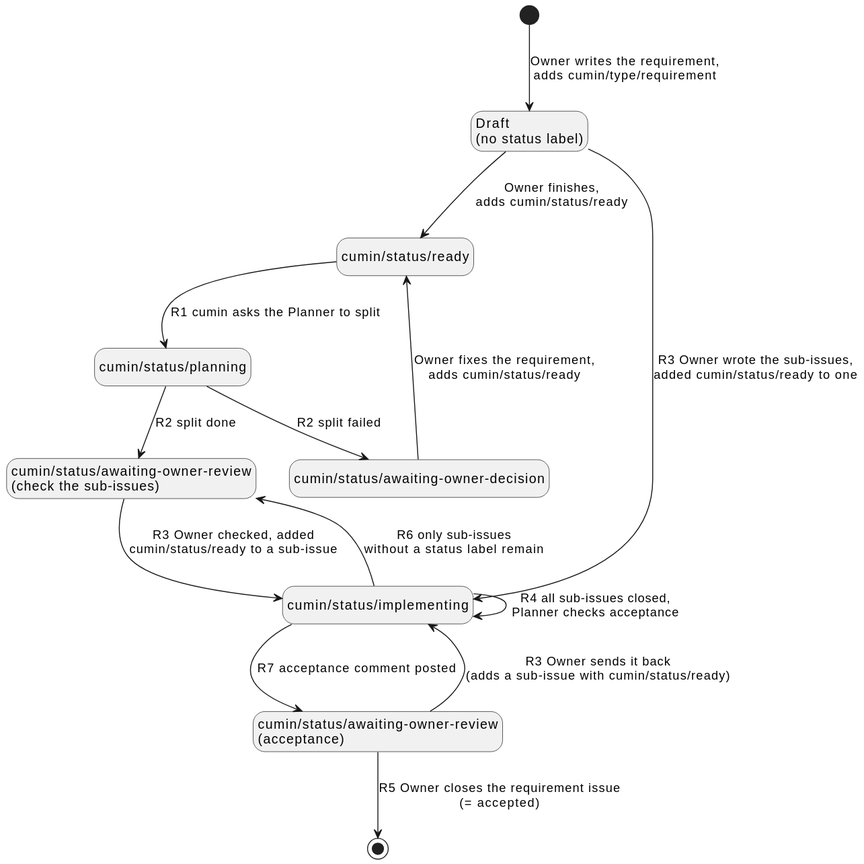
cloveclovedev/cumin-works keeps this PlantUML diagram as docs/ja/requirements/workflow/requirement-issue-states.svg. Above is the earlier version. The source it was exported from:
```plantuml
@startuml

hide empty description

state "Draft\n(no status label)" as Draft
state "cumin/status/ready" as Ready
state "cumin/status/planning" as Planning
state "cumin/status/awaiting-owner-review\n(check the sub-issues)" as PlanReview
state "cumin/status/implementing" as Implementing
state "cumin/status/awaiting-owner-review\n(acceptance)" as Acceptance
state "cumin/status/awaiting-owner-decision" as Decision

[*] --> Draft : Owner writes the requirement,\nadds cumin/type/requirement
Draft --> Ready : Owner finishes,\nadds cumin/status/ready
Draft --> Implementing : R3 Owner wrote the sub-issues,\nadded cumin/status/ready to one
Ready --> Planning : R1 cumin asks the Planner to split
Planning --> PlanReview : R2 split done
Planning --> Decision : R2 split failed
Decision --> Ready : Owner fixes the requirement,\nadds cumin/status/ready
PlanReview --> Implementing : R3 Owner checked, added\ncumin/status/ready to a sub-issue
Implementing --> Implementing : R4 all sub-issues closed,\nPlanner checks acceptance
Implementing --> Acceptance : R7 acceptance comment posted
Implementing --> PlanReview : R6 only sub-issues\nwithout a status label remain
Acceptance --> Implementing : R3 Owner sends it back\n(adds a sub-issue with cumin/status/ready)
Acceptance --> [*] : R5 Owner closes the requirement issue\n(= accepted)
@enduml
```
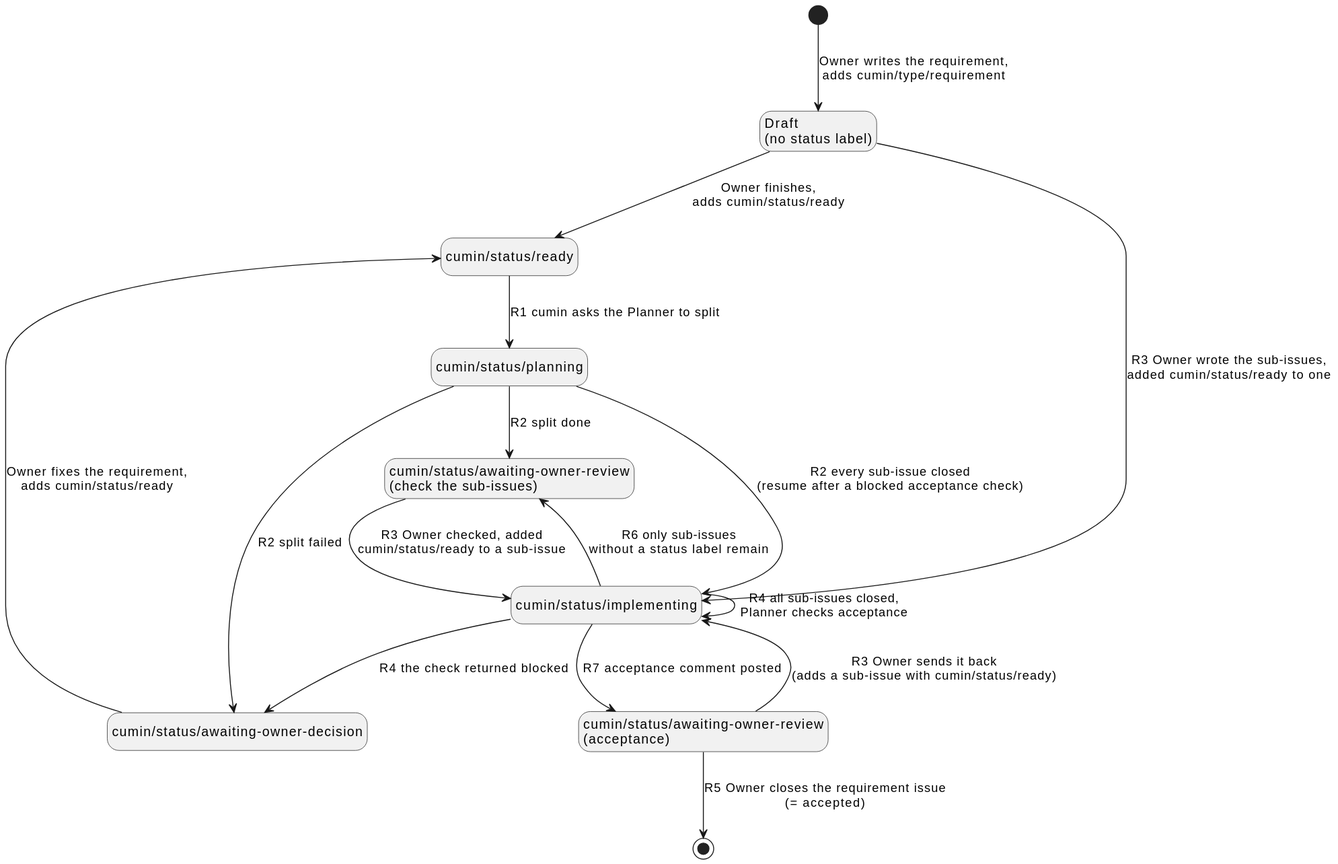
After the change.

Commit message:
feat(workflow): send a requirement issue whose sub-issues are all closed back to implementing after the split (R2) (#240)

Diff of the diagram source:
```diff
@@ -15,10 +15,12 @@
 Draft --> Implementing : R3 Owner wrote the sub-issues,\nadded cumin/status/ready to one
 Ready --> Planning : R1 cumin asks the Planner to split
 Planning --> PlanReview : R2 split done
+Planning --> Implementing : R2 every sub-issue closed\n(resume after a blocked acceptance check)
 Planning --> Decision : R2 split failed
 Decision --> Ready : Owner fixes the requirement,\nadds cumin/status/ready
 PlanReview --> Implementing : R3 Owner checked, added\ncumin/status/ready to a sub-issue
 Implementing --> Implementing : R4 all sub-issues closed,\nPlanner checks acceptance
+Implementing --> Decision : R4 the check returned blocked
 Implementing --> Acceptance : R7 acceptance comment posted
 Implementing --> PlanReview : R6 only sub-issues\nwithout a status label remain
 Acceptance --> Implementing : R3 Owner sends it back\n(adds a sub-issue with cumin/status/ready)
```
